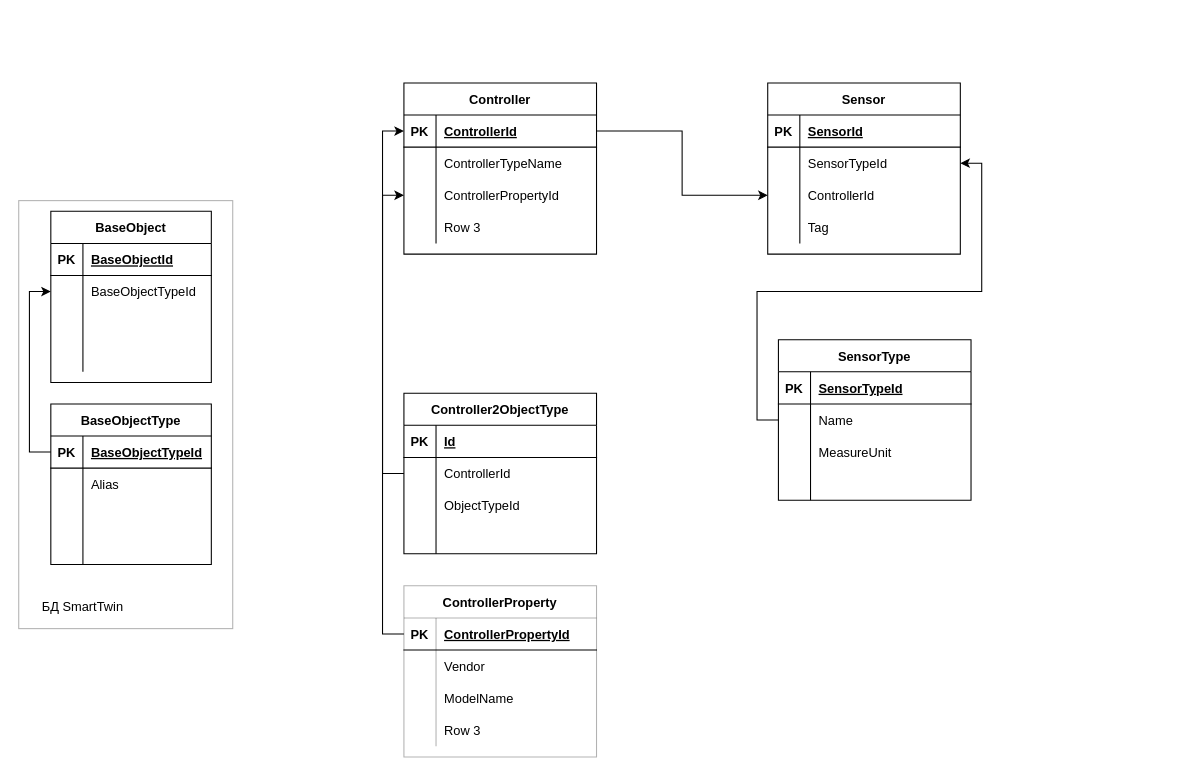
The draw.io diagram page "БД телеметрии" (7 of 7) of ST.Telemetry.drawio in aaf1974/ProjectDiagram, before the edit. Source tidied: cells renumbered, new cells numbered last; positions are measured from the earlier drawing's top-left corner, leaving out a move shared by most shapes. Both pictures are drawn from the tidied source at 107%, with x=0, y=0 at pixel (18, 82).
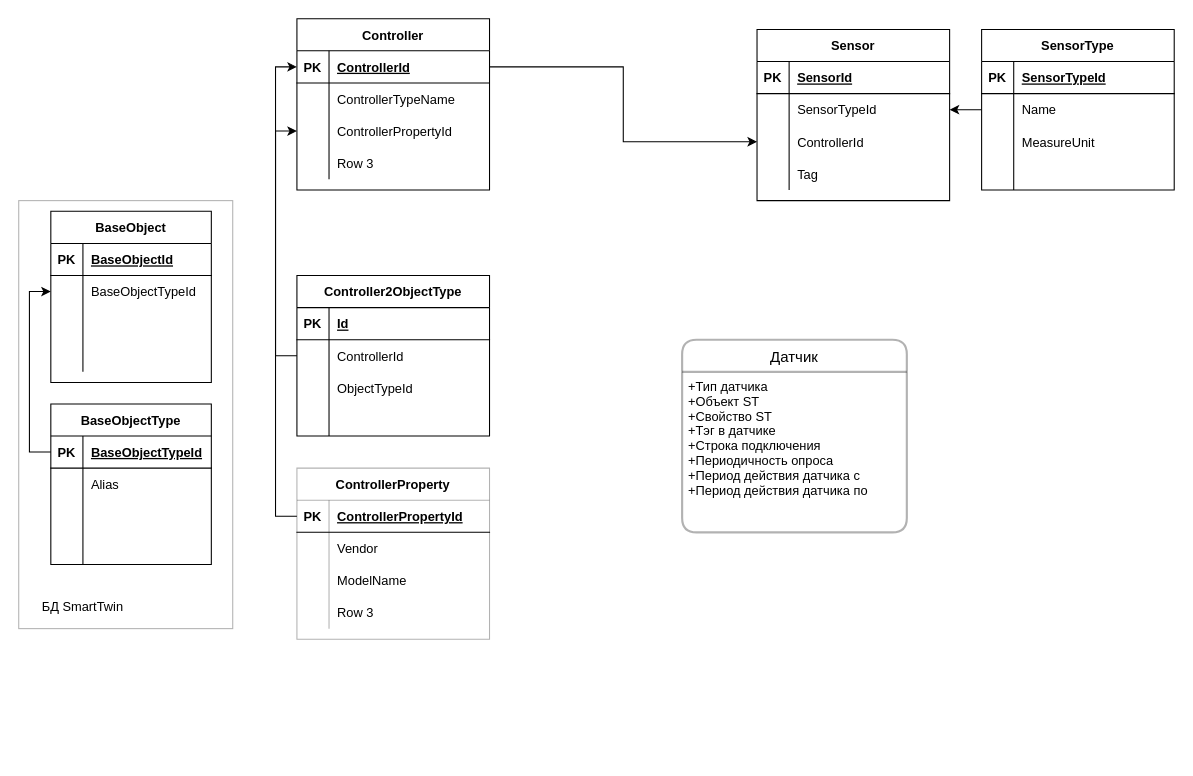
Above is the later version.

Diff of the diagram source:
```diff
@@
     <mxCell id="2" value="Controller" style="shape=table;startSize=30;childLayout=tableLayout;rowLines=0;fontStyle=1;align=center;" parent="1" vertex="1">
-      <mxGeometry x="360" width="180" height="160" as="geometry" />
+      <mxGeometry x="260" y="-60" width="180" height="160" as="geometry" />
     </mxCell>
@@
     <mxCell id="15" value="Controller2ObjectType" style="shape=table;startSize=30;childLayout=tableLayout;rowLines=0;fontStyle=1;align=center;" parent="1" vertex="1">
-      <mxGeometry x="360" y="290" width="180" height="150" as="geometry" />
+      <mxGeometry x="260" y="180" width="180" height="150" as="geometry" />
     </mxCell>
@@
     <mxCell id="29" value="SensorType" style="shape=table;startSize=30;childLayout=tableLayout;rowLines=0;fontStyle=1;align=center;" parent="1" vertex="1">
-      <mxGeometry x="710" y="240" width="180" height="150" as="geometry" />
+      <mxGeometry x="899.9" y="-50" width="180" height="150" as="geometry" />
     </mxCell>
@@
     <mxCell id="42" value="Sensor" style="shape=table;startSize=30;childLayout=tableLayout;rowLines=0;fontStyle=1;align=center;" parent="1" vertex="1">
-      <mxGeometry x="700" width="180" height="160" as="geometry" />
+      <mxGeometry x="690" y="-50" width="180" height="160" as="geometry" />
     </mxCell>
@@
     <mxCell id="87" value="ControllerProperty" style="shape=table;startSize=30;childLayout=tableLayout;rowLines=0;fontStyle=1;align=center;opacity=30;" parent="1" vertex="1">
-      <mxGeometry x="360" y="470" width="180" height="160" as="geometry" />
+      <mxGeometry x="260" y="360" width="180" height="160" as="geometry" />
     </mxCell>
@@
+    <mxCell id="101" value="Датчик" style="swimlane;horizontal=1;startSize=30;rounded=1;fontSize=14;fontStyle=0;strokeWidth=2;shadow=0;dashed=0;align=center;sketch=0;opacity=30;" parent="1" vertex="1">
+      <mxGeometry x="620" y="240" width="210" height="180" as="geometry" />
+    </mxCell>
+    <mxCell id="102" value="+Тип датчика&#10;+Объект ST&#10;+Свойство ST&#10;+Тэг в датчике&#10;+Строка подключения&#10;+Периодичность опроса&#10;+Период действия датчика с&#10;+Период действия датчика по" style="align=left;strokeColor=none;fillColor=none;spacingLeft=4;fontSize=12;verticalAlign=top;" parent="101" vertex="1">
+      <mxGeometry y="30" width="210" height="150" as="geometry" />
+    </mxCell>
```
